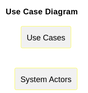
Above: documentation/global-artifacts/01.requirements-engineering/svg/use-case-diagram.svg in daniel41silva05/Production_Control_Industrial_ISEP (PlantUML), before the change. Its diagram source:
```plantuml
@startuml
skinparam packageStyle rectangle

skinparam rectangle{
    BorderColor yellow
}

title Use Case Diagram

left to right direction

rectangle "System Actors" as actors {

}

rectangle "Use Cases" as usecases{

}
@enduml
```
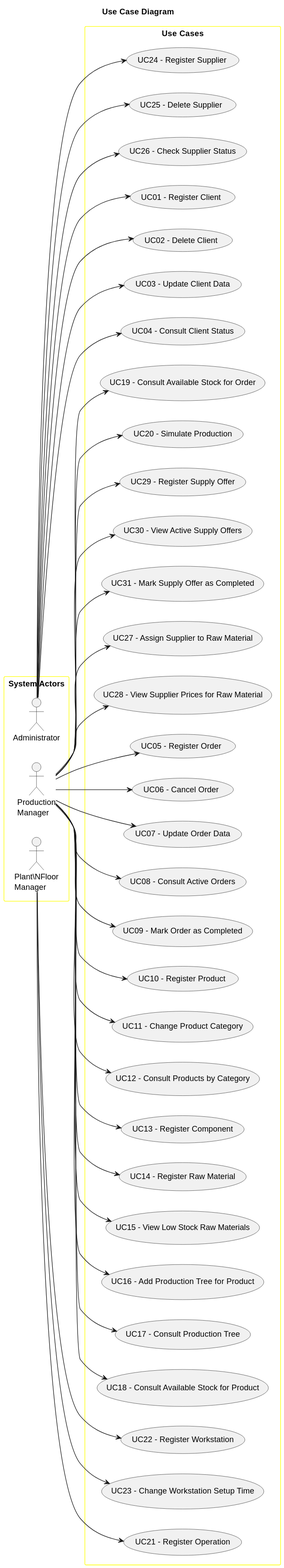
Later version of the same file.

Commit message:
Use case diagram and glossary

The edit, as a diff of the source:
```diff
@@ -1,7 +1,6 @@
 @startuml
 skinparam packageStyle rectangle
-
-skinparam rectangle{
+skinparam rectangle {
     BorderColor yellow
 }
 
@@ -10,10 +9,82 @@
 left to right direction
 
 rectangle "System Actors" as actors {
-
+    actor Administrator
+    actor "Production\nManager" as PM
+    actor "Plant\NFloor\nManager" as PFM
 }
 
-rectangle "Use Cases" as usecases{
+rectangle "Use Cases" as usecases {
+    usecase "UC01 - Register Client" as UC01
+    Administrator --> UC01
+    usecase "UC02 - Delete Client" as UC02
+    Administrator --> UC02
+    usecase "UC03 - Update Client Data" as UC03
+    Administrator --> UC03
+    usecase "UC04 - Consult Client Status" as UC04
+    Administrator --> UC04
 
+    usecase "UC05 - Register Order" as UC05
+    PM --> UC05
+    usecase "UC06 - Cancel Order" as UC06
+    PM --> UC06
+    usecase "UC07 - Update Order Data" as UC07
+    PM --> UC07
+    usecase "UC08 - Consult Active Orders" as UC08
+    PM --> UC08
+    usecase "UC09 - Mark Order as Completed" as UC09
+    PM --> UC09
+
+    usecase "UC10 - Register Product" as UC10
+    PM --> UC10
+    usecase "UC11 - Change Product Category" as UC11
+    PM --> UC11
+    usecase "UC12 - Consult Products by Category" as UC12
+    PM --> UC12
+
+    usecase "UC13 - Register Component" as UC13
+    PM --> UC13
+    usecase "UC14 - Register Raw Material" as UC14
+    PM --> UC14
+    usecase "UC15 - View Low Stock Raw Materials" as UC15
+    PM --> UC15
+
+    usecase "UC16 - Add Production Tree for Product" as UC16
+    PM --> UC16
+    usecase "UC17 - Consult Production Tree" as UC17
+    PM --> UC17
+    usecase "UC18 - Consult Available Stock for Product" as UC18
+    PM --> UC18
+    usecase "UC19 - Consult Available Stock for Order" as UC19
+    PM --> UC19
+    usecase "UC20 - Simulate Production" as UC20
+    PM --> UC20
+
+    usecase "UC21 - Register Operation" as UC21
+    PFM --> UC21
+
+    usecase "UC22 - Register Workstation" as UC22
+    PFM --> UC22
+    usecase "UC23 - Change Workstation Setup Time" as UC23
+    PFM --> UC23
+
+    usecase "UC24 - Register Supplier" as UC24
+    Administrator --> UC24
+    usecase "UC25 - Delete Supplier" as UC25
+    Administrator --> UC25
+    usecase "UC26 - Check Supplier Status" as UC26
+    Administrator --> UC26
+
+    usecase "UC27 - Assign Supplier to Raw Material" as UC27
+    PM --> UC27
+    usecase "UC28 - View Supplier Prices for Raw Material" as UC28
+    PM --> UC28
+
+    usecase "UC29 - Register Supply Offer" as UC29
+    PM --> UC29
+    usecase "UC30 - View Active Supply Offers" as UC30
+    PM --> UC30
+    usecase "UC31 - Mark Supply Offer as Completed" as UC31
+    PM --> UC31
 }
 @enduml
```
